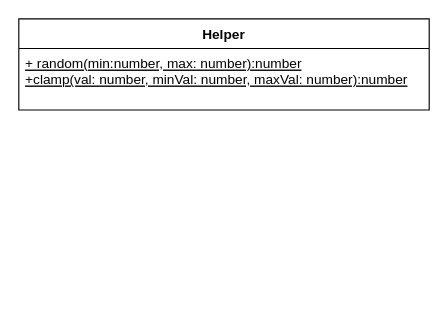
This is docs/design/Untitled Diagram.drawio from svijaykoushik/sengal-psyco, a draw.io file, before an edit. Source tidied: cells renumbered, new cells numbered last; positions are measured from the earlier drawing's top-left corner, leaving out a move shared by most shapes. Both pictures are drawn from the tidied source at 114%, with x=0, y=0 at pixel (18, 18).
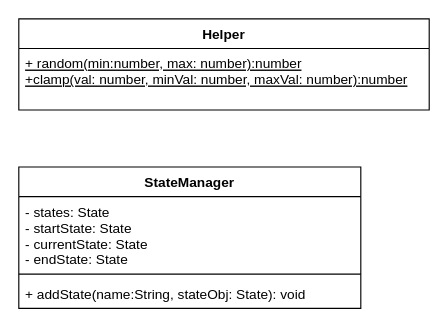
Above is the later version.

Commit message:
add state manager design Untitled Diagram.drawio

The edit, as a diff of the source:
```diff
@@
 <mxGraphModel>
   <root>
     <mxCell id="0" />
     <mxCell id="1" parent="0" />
     <mxCell id="2" value="Helper" style="swimlane;fontStyle=1;align=center;verticalAlign=top;horizontal=1;startSize=26;" parent="1" vertex="1">
       <mxGeometry width="360" height="80" as="geometry" />
     </mxCell>
     <mxCell id="3" value="+ random(min:number, max: number):number&#10;+clamp(val: number, minVal: number, maxVal: number):number" style="text;strokeColor=none;fillColor=none;align=left;verticalAlign=top;spacingLeft=4;spacingRight=4;overflow=hidden;fontStyle=4;" parent="2" vertex="1">
       <mxGeometry y="26" width="360" height="54" as="geometry" />
     </mxCell>
+    <mxCell id="4" value="StateManager" style="swimlane;fontStyle=1;align=center;verticalAlign=top;horizontal=1;startSize=26;" parent="1" vertex="1">
+      <mxGeometry y="130" width="300" height="124" as="geometry" />
+    </mxCell>
+    <mxCell id="5" value="- states: State&#10;- startState: State&#10;- currentState: State&#10;- endState: State" style="text;strokeColor=none;fillColor=none;align=left;verticalAlign=top;spacingLeft=4;spacingRight=4;overflow=hidden;" parent="4" vertex="1">
+      <mxGeometry y="26" width="300" height="64" as="geometry" />
+    </mxCell>
+    <mxCell id="6" style="line;strokeWidth=1;fillColor=none;align=left;verticalAlign=middle;spacingTop=-1;spacingLeft=3;spacingRight=3;labelPosition=right;" parent="4" vertex="1">
+      <mxGeometry y="90" width="300" height="8" as="geometry" />
+    </mxCell>
+    <mxCell id="7" value="+ addState(name:String, stateObj: State): void" style="text;strokeColor=none;fillColor=none;align=left;verticalAlign=top;spacingLeft=4;spacingRight=4;overflow=hidden;" parent="4" vertex="1">
+      <mxGeometry y="98" width="300" height="26" as="geometry" />
+    </mxCell>
   </root>
 </mxGraphModel>
```
